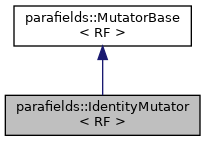
This is a01037.png from parafields/parafields-core, a Graphviz export, as it was before one commit. Its source is kept beside it as a01037.dot. Its diagram source:
```dot
digraph "parafields::IdentityMutator&lt; RF &gt;"
{
  edge [fontname="Helvetica",fontsize="10",labelfontname="Helvetica",labelfontsize="10"];
  node [fontname="Helvetica",fontsize="10",shape=record];
  Node1 [label="parafields::IdentityMutator\l\< RF \>",height=0.2,width=0.4,color="black", fillcolor="grey75", style="filled", fontcolor="black",tooltip="Default Identity mutator that leaves its argument unchanged."];
  Node2 -> Node1 [dir="back",color="midnightblue",fontsize="10",style="solid",fontname="Helvetica"];
  Node2 [label="parafields::MutatorBase\l\< RF \>",height=0.2,width=0.4,color="black", fillcolor="white", style="filled",URL="$a01034.html",tooltip="Abstract base class for value transformations."];
}
```
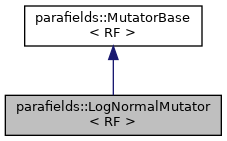
After the commit.

What changed in the source:
```diff
@@ -1,8 +1,8 @@
-digraph "parafields::IdentityMutator&lt; RF &gt;"
+digraph "parafields::LogNormalMutator&lt; RF &gt;"
 {
   edge [fontname="Helvetica",fontsize="10",labelfontname="Helvetica",labelfontsize="10"];
   node [fontname="Helvetica",fontsize="10",shape=record];
-  Node1 [label="parafields::IdentityMutator\l\< RF \>",height=0.2,width=0.4,color="black", fillcolor="grey75", style="filled", fontcolor="black",tooltip="Default Identity mutator that leaves its argument unchanged."];
+  Node1 [label="parafields::LogNormalMutator\l\< RF \>",height=0.2,width=0.4,color="black", fillcolor="grey75", style="filled", fontcolor="black",tooltip="Exponential function mutator for log-normal fields."];
   Node2 -> Node1 [dir="back",color="midnightblue",fontsize="10",style="solid",fontname="Helvetica"];
-  Node2 [label="parafields::MutatorBase\l\< RF \>",height=0.2,width=0.4,color="black", fillcolor="white", style="filled",URL="$a01034.html",tooltip="Abstract base class for value transformations."];
+  Node2 [label="parafields::MutatorBase\l\< RF \>",height=0.2,width=0.4,color="black", fillcolor="white", style="filled",URL="$a01030.html",tooltip="Abstract base class for value transformations."];
 }
```
